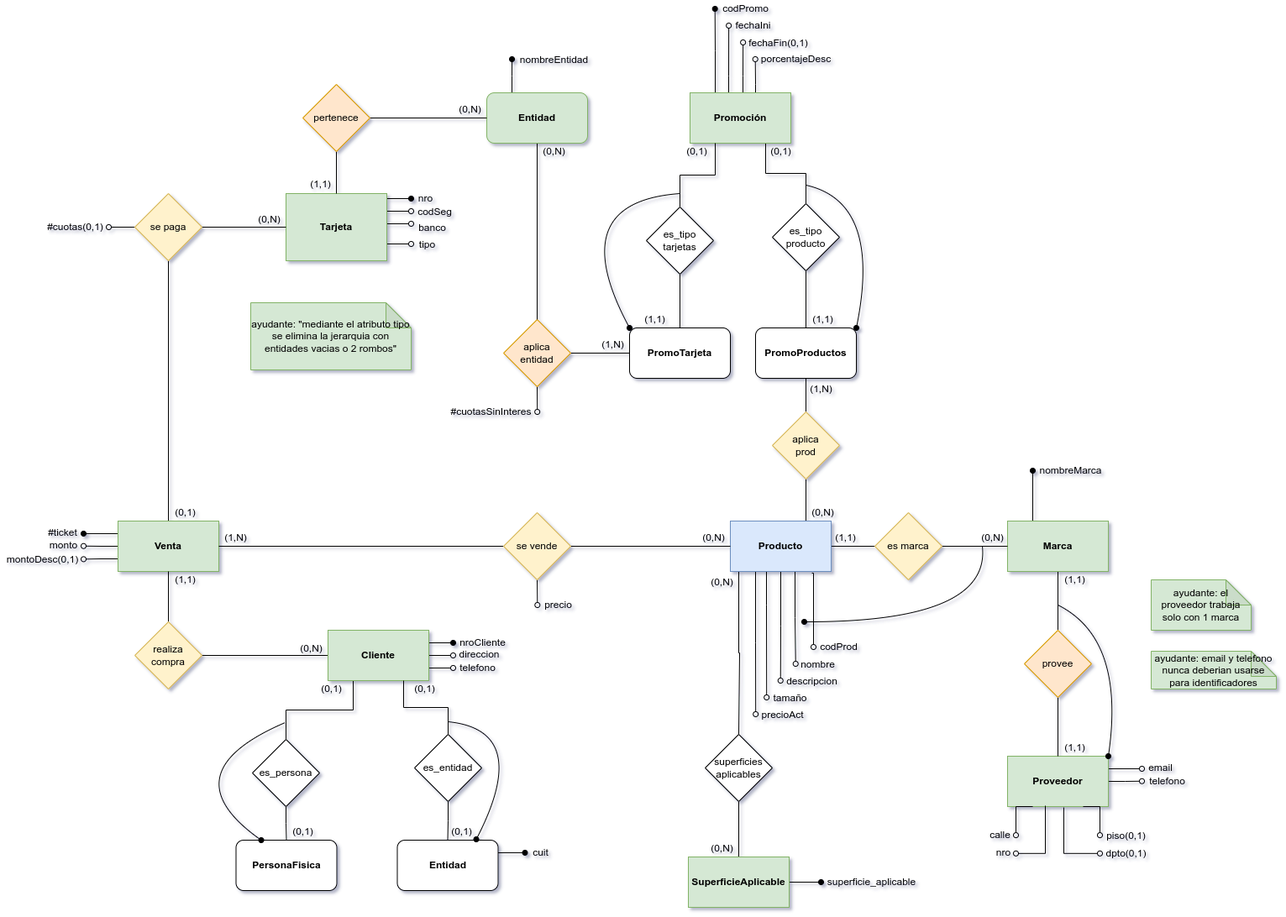
The draw.io diagram BD/BD - Práctica 1 - Ej 11 - Lógico.drawio.png in sergiocld99/unlp-tramo-final, before a commit. Source tidied: cells renumbered, new cells last; positions are measured from the earlier drawing's top-left corner, leaving out a move shared by most shapes.
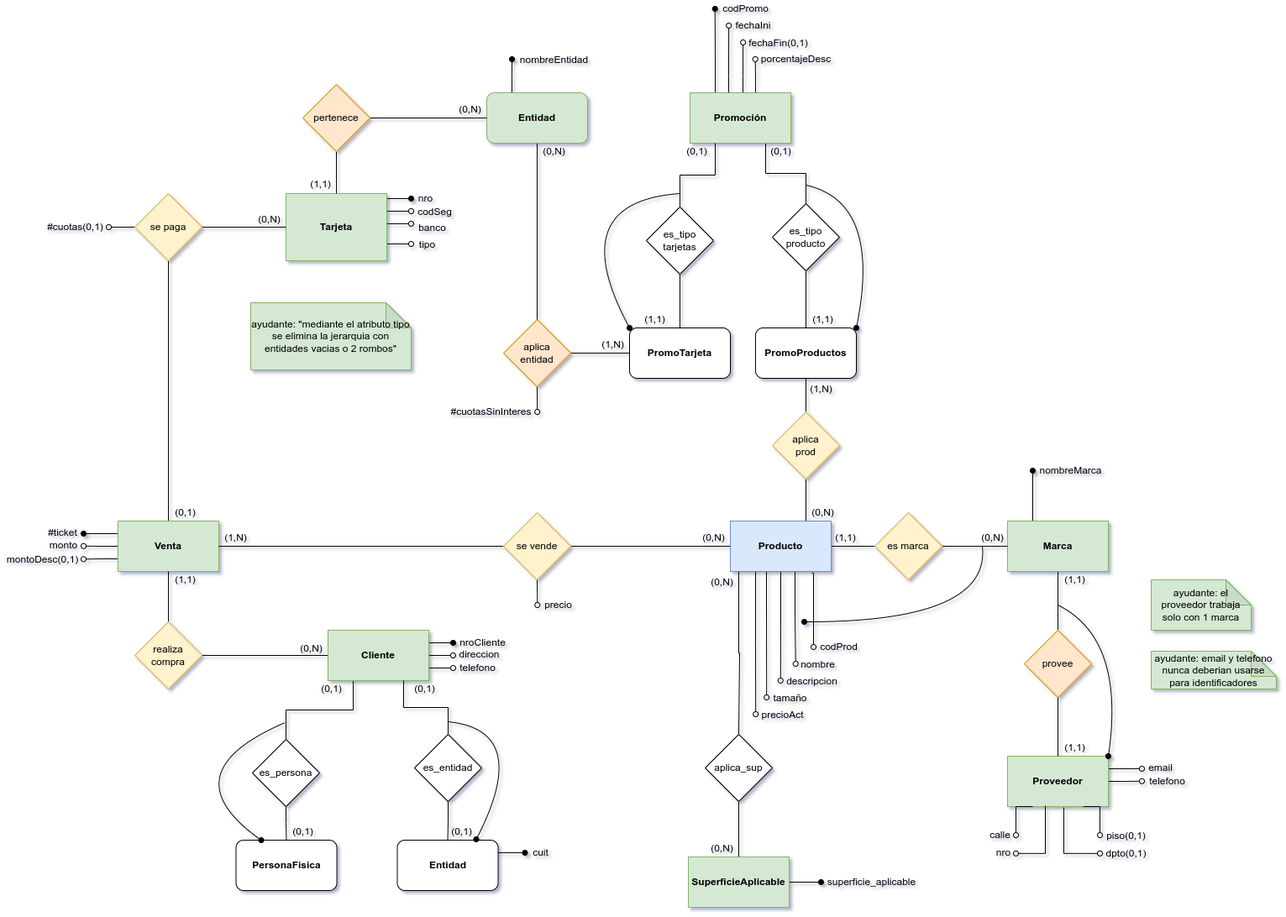
The same file after the commit.

Change to the diagram source:
```diff
@@ -577,7 +577,7 @@
     <mxCell id="146" style="edgeStyle=orthogonalEdgeStyle;rounded=0;jettySize=auto;html=1;exitX=0.5;exitY=1;exitDx=0;exitDy=0;entryX=0.5;entryY=0;entryDx=0;entryDy=0;endArrow=none;endFill=0;" parent="1" edge="1" source="147" target="150">
       <mxGeometry relative="1" as="geometry" />
     </mxCell>
-    <mxCell id="147" value="superficies&lt;br&gt;aplicables" style="rhombus;whiteSpace=wrap;html=1;" parent="1" vertex="1">
+    <mxCell id="147" value="aplica_sup" style="rhombus;whiteSpace=wrap;html=1;" parent="1" vertex="1">
       <mxGeometry x="839" y="874" width="80" height="80" as="geometry" />
     </mxCell>
     <mxCell id="148" value="superficie_aplicable" style="text;html=1;align=center;verticalAlign=middle;strokeColor=none;fillColor=none;" parent="1" vertex="1">
```
